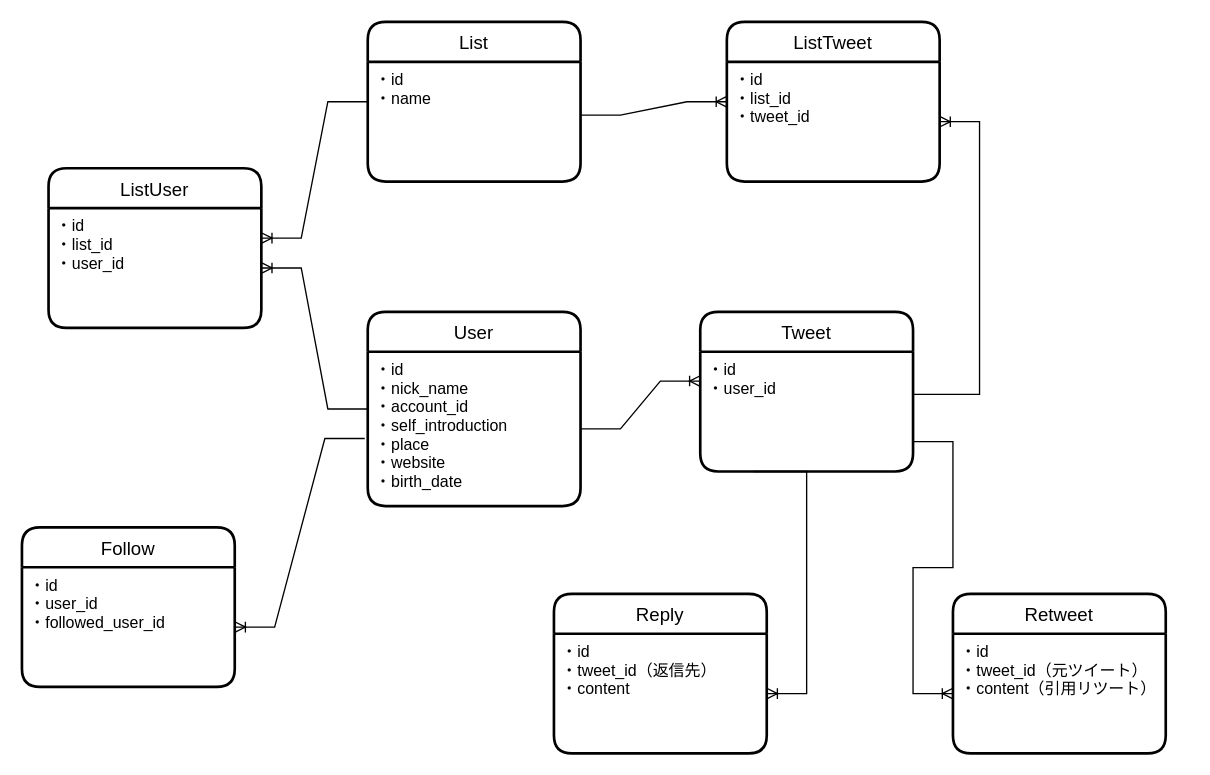
This is twitter_erd.drawio from inoway46/twitter_erd, a draw.io file, before an edit. Source tidied: cells renumbered, new cells numbered last; positions are measured from the earlier drawing's top-left corner, leaving out a move shared by most shapes. Both pictures are drawn from the tidied source at 133%, with x=0, y=0 at pixel (21, 21).
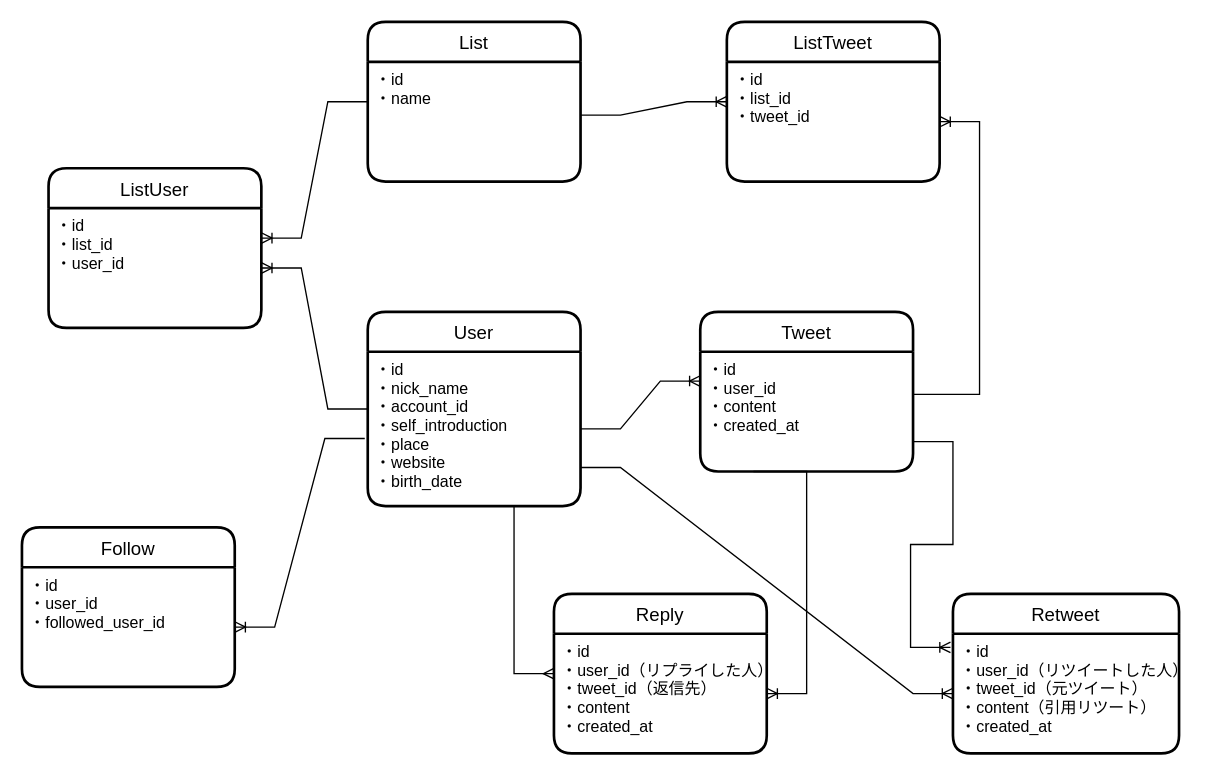
The same diagram, later.

Commit message:
Update 修正前のER図を最新のものに更新

Unchanged cells that the change refers to:
```xml
<mxCell id="3" value="・id&#10;・nick_name&#10;・account_id&#10;・self_introduction&#10;・place&#10;・website&#10;・birth_date" style="align=left;strokeColor=none;fillColor=none;spacingLeft=4;fontSize=12;verticalAlign=top;" parent="2" vertex="1">
  <mxGeometry y="30" width="160" height="116" as="geometry" />
</mxCell>
<mxCell id="4" value="Tweet" style="swimlane;horizontal=1;startSize=30;rounded=1;fontSize=14;fontStyle=0;strokeWidth=2;shadow=0;dashed=0;align=center;" parent="1" vertex="1">
  <mxGeometry x="510" y="218" width="160" height="120" as="geometry" />
</mxCell>
<mxCell id="12" value="Reply" style="swimlane;horizontal=1;startSize=30;rounded=1;fontSize=14;fontStyle=0;strokeWidth=2;shadow=0;dashed=0;align=center;" parent="1" vertex="1">
  <mxGeometry x="400" y="430" width="160" height="120" as="geometry" />
</mxCell>
```

Change to the diagram source:
```diff
@@
-    <mxCell id="5" value="・id&#10;・user_id&#10;" style="align=left;strokeColor=none;fillColor=none;spacingLeft=4;fontSize=12;verticalAlign=top;" parent="4" vertex="1">
+    <mxCell id="5" value="・id&#10;・user_id&#10;・content&#10;・created_at&#10;" style="align=left;strokeColor=none;fillColor=none;spacingLeft=4;fontSize=12;verticalAlign=top;" parent="4" vertex="1">
       <mxGeometry y="30" width="160" height="90" as="geometry" />
     </mxCell>
@@
-    <mxCell id="13" value="・id&#10;・tweet_id（返信先）&#10;・content" style="align=left;strokeColor=none;fillColor=none;spacingLeft=4;fontSize=12;verticalAlign=top;" parent="12" vertex="1">
+    <mxCell id="13" value="・id&#10;・user_id（リプライした人）&#10;・tweet_id（返信先）&#10;・content&#10;・created_at" style="align=left;strokeColor=none;fillColor=none;spacingLeft=4;fontSize=12;verticalAlign=top;" parent="12" vertex="1">
       <mxGeometry y="30" width="160" height="90" as="geometry" />
     </mxCell>
     <mxCell id="14" value="Retweet" style="swimlane;horizontal=1;startSize=30;rounded=1;fontSize=14;fontStyle=0;strokeWidth=2;shadow=0;dashed=0;align=center;" parent="1" vertex="1">
-      <mxGeometry x="700" y="430" width="160" height="120" as="geometry" />
+      <mxGeometry x="700" y="430" width="170" height="120" as="geometry" />
     </mxCell>
-    <mxCell id="15" value="・id&#10;・tweet_id（元ツイート）&#10;・content（引用リツート）" style="align=left;strokeColor=none;fillColor=none;spacingLeft=4;fontSize=12;verticalAlign=top;" parent="14" vertex="1">
-      <mxGeometry y="30" width="160" height="90" as="geometry" />
+    <mxCell id="15" value="・id&#10;・user_id（リツイートした人）&#10;・tweet_id（元ツイート）&#10;・content（引用リツート）&#10;・created_at" style="align=left;strokeColor=none;fillColor=none;spacingLeft=4;fontSize=12;verticalAlign=top;" parent="14" vertex="1">
+      <mxGeometry y="30" width="170" height="90" as="geometry" />
     </mxCell>
@@
-    <mxCell id="25" style="edgeStyle=entityRelationEdgeStyle;fontSize=12;html=1;endArrow=ERoneToMany;rounded=0;exitX=1;exitY=0.75;exitDx=0;exitDy=0;entryX=0;entryY=0.5;entryDx=0;entryDy=0;" parent="1" edge="1" source="5" target="15">
+    <mxCell id="25" style="edgeStyle=entityRelationEdgeStyle;fontSize=12;html=1;endArrow=ERoneToMany;rounded=0;exitX=1;exitY=0.75;exitDx=0;exitDy=0;entryX=-0.011;entryY=0.114;entryDx=0;entryDy=0;entryPerimeter=0;" parent="1" edge="1" source="5" target="15">
       <mxGeometry relative="1" as="geometry" />
     </mxCell>
+    <mxCell id="26" style="edgeStyle=entityRelationEdgeStyle;fontSize=12;html=1;endArrow=ERmany;rounded=0;entryX=0;entryY=0.5;entryDx=0;entryDy=0;exitX=0.5;exitY=1;exitDx=0;exitDy=0;" parent="1" edge="1" source="3" target="12">
+      <mxGeometry relative="1" as="geometry" />
+    </mxCell>
+    <mxCell id="27" style="edgeStyle=entityRelationEdgeStyle;fontSize=12;html=1;endArrow=ERoneToMany;rounded=0;exitX=1;exitY=0.75;exitDx=0;exitDy=0;entryX=0;entryY=0.5;entryDx=0;entryDy=0;" parent="1" edge="1" source="3" target="15">
+      <mxGeometry relative="1" as="geometry" />
+    </mxCell>
```
